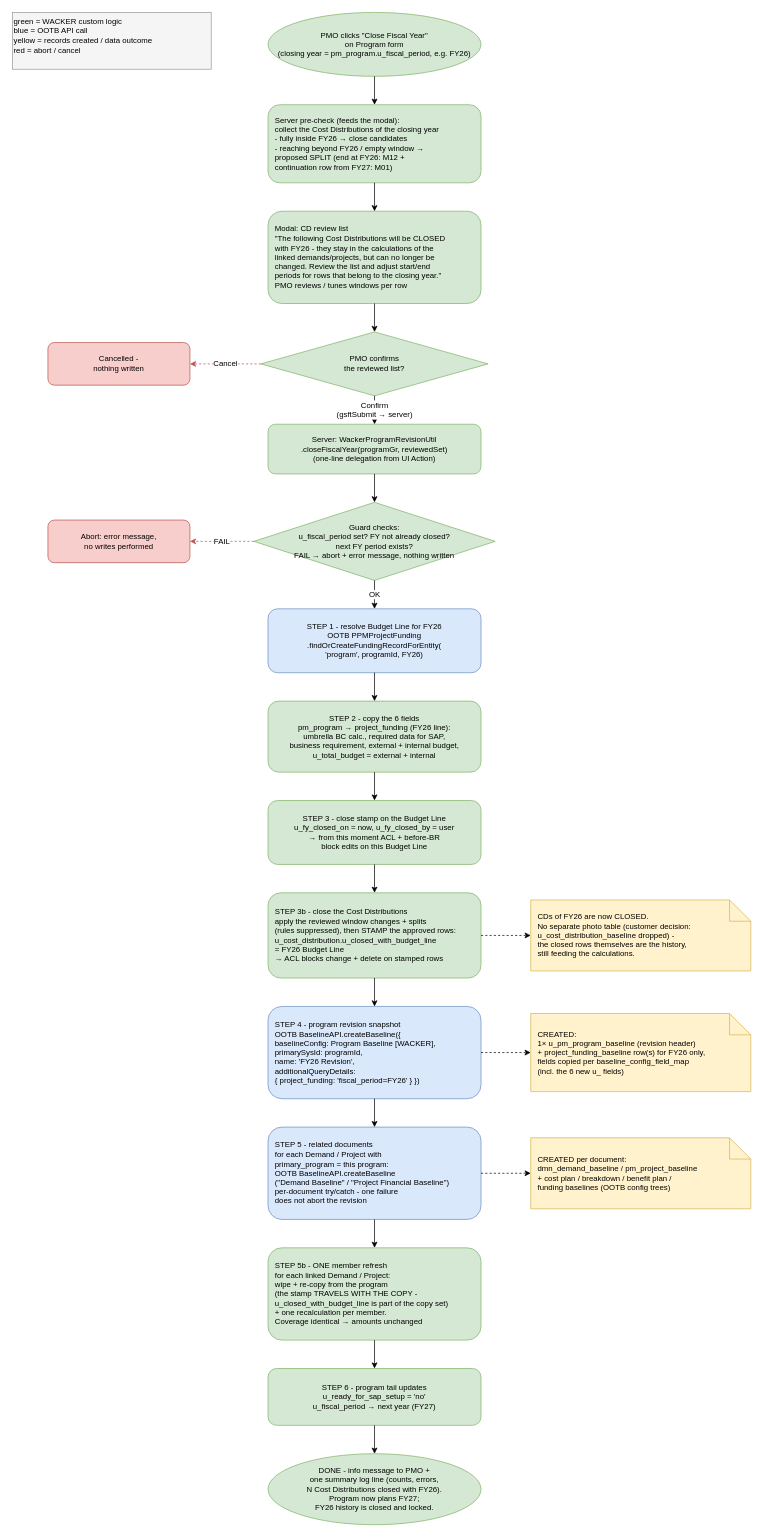
algimas/tmp keeps this draw.io diagram as page "mProgramFlow6" (11 of 12) of Wac.drawio. Above is the earlier version. Source tidied: cells renumbered, new cells numbered last; positions are measured from the earlier drawing's top-left corner, leaving out a move shared by most shapes. Both pictures are drawn from the tidied source at 71%, with x=0, y=0 at pixel (12, 12).
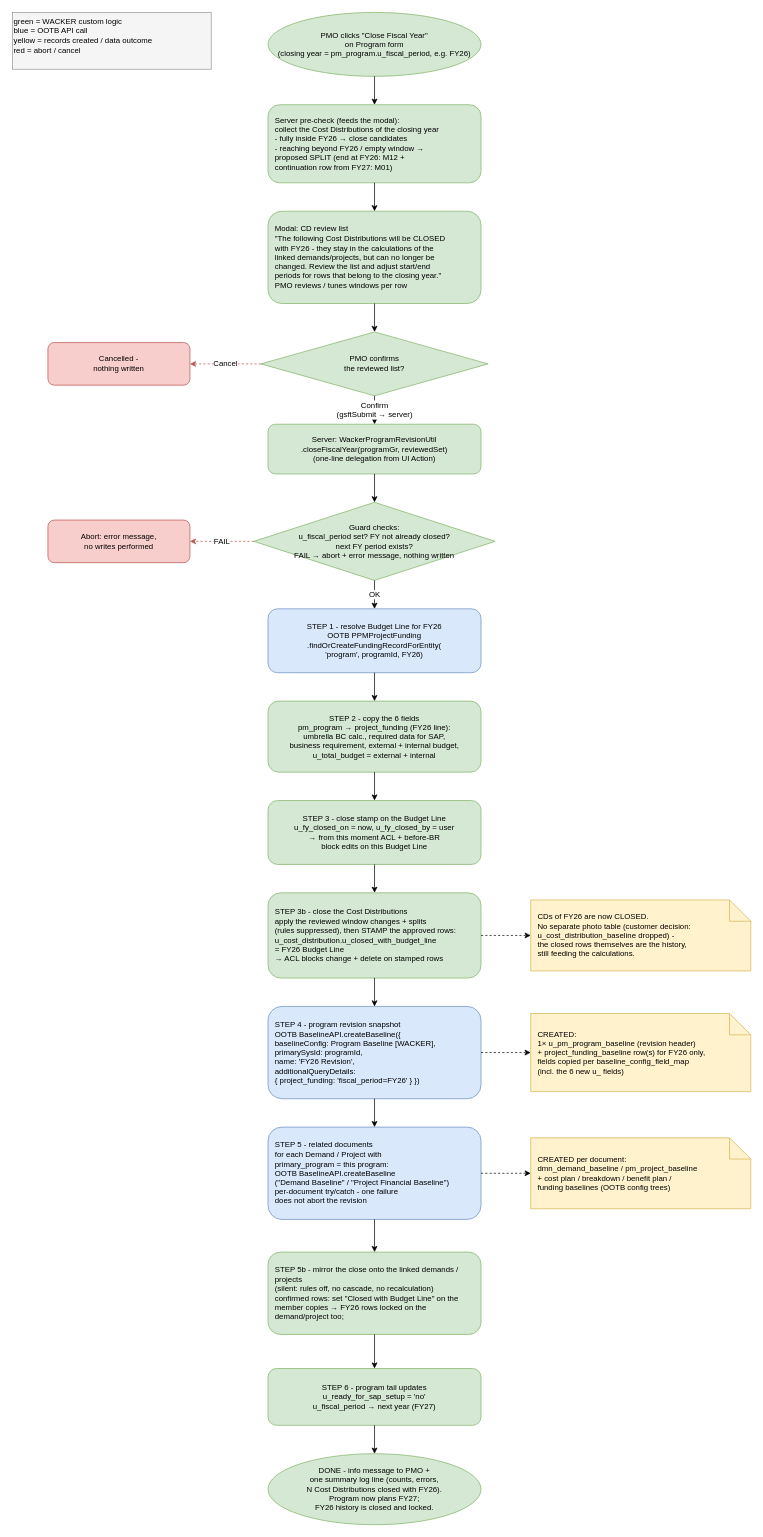
The same diagram, later.

Change to the diagram source:
```diff
@@
-    <mxCell id="20" value="STEP 5b - ONE member refresh&#10;for each linked Demand / Project:&#10;wipe + re-copy from the program&#10;(the stamp TRAVELS WITH THE COPY -&#10;u_closed_with_budget_line is part of the copy set)&#10;+ one recalculation per member.&#10;Coverage identical → amounts unchanged" style="rounded=1;whiteSpace=wrap;html=1;fillColor=#d5e8d4;strokeColor=#82b366;fontSize=11;align=left;spacingLeft=8;" parent="1" vertex="1">
-      <mxGeometry x="360" y="1740" width="300" height="130" as="geometry" />
+    <mxCell id="20" value="&lt;div&gt;STEP 5b - mirror the close onto the linked demands / projects&lt;/div&gt;&lt;div&gt;(silent: rules off, no cascade, no recalculation)&lt;/div&gt;&lt;div&gt;confirmed rows: set &quot;Closed with Budget Line&quot; on the&lt;/div&gt;&lt;div&gt;member copies → FY26 rows locked on the demand/project too;&lt;/div&gt;" style="rounded=1;whiteSpace=wrap;html=1;fillColor=#d5e8d4;strokeColor=#82b366;fontSize=11;align=left;spacingLeft=8;" parent="1" vertex="1">
+      <mxGeometry x="360" y="1746" width="300" height="116" as="geometry" />
     </mxCell>
```
